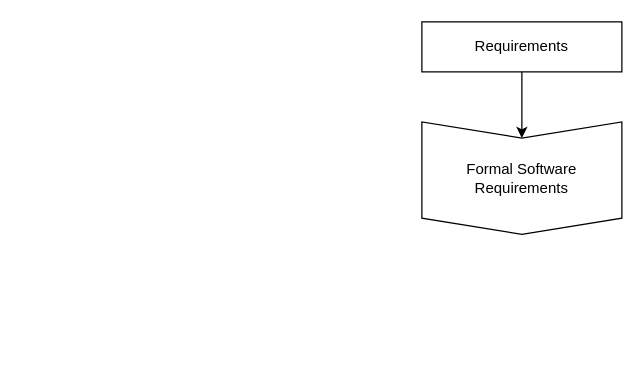
Above: MBSE/CAS/Drawio/mechatronicuml-development-method.drawio in robotics-intelligent-systems/jfxai4mhers (draw.io), before the change. Source tidied: cells renumbered, new cells numbered last; positions are measured from the earlier drawing's top-left corner, leaving out a move shared by most shapes. Both pictures are drawn from the tidied source at 125%, with x=0, y=0 at pixel (421, 21).
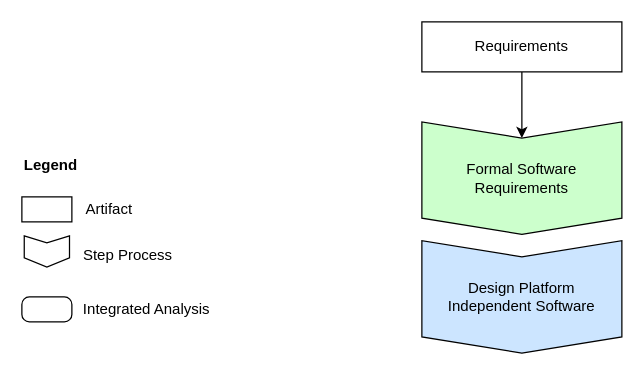
The same diagram, later.

Commit message:
[fix] Including diagram legend

Change to the diagram source:
```diff
@@
 <mxGraphModel>
   <root>
     <mxCell id="0" />
     <mxCell id="1" parent="0" />
     <mxCell id="2" value="Requirements" style="rounded=0;whiteSpace=wrap;html=1;" parent="1" vertex="1">
       <mxGeometry width="160" height="40" as="geometry" />
     </mxCell>
-    <mxCell id="3" style="html=1;shadow=0;dashed=0;align=center;verticalAlign=middle;shape=mxgraph.arrows2.arrow;dy=0;dx=13;notch=13;rotation=90;" parent="1" vertex="1">
+    <mxCell id="3" style="html=1;shadow=0;dashed=0;align=center;verticalAlign=middle;shape=mxgraph.arrows2.arrow;dy=0;dx=13;notch=13;rotation=90;fillColor=#CCFFCC;" parent="1" vertex="1">
       <mxGeometry x="35" y="45" width="90" height="160" as="geometry" />
     </mxCell>
     <mxCell id="4" value="Formal Software Requirements" style="text;html=1;align=center;verticalAlign=middle;whiteSpace=wrap;rounded=0;" parent="1" vertex="1">
       <mxGeometry x="27" y="110" width="106" height="30" as="geometry" />
     </mxCell>
     <mxCell id="5" style="edgeStyle=orthogonalEdgeStyle;rounded=0;orthogonalLoop=1;jettySize=auto;html=1;exitX=1;exitY=0.5;exitDx=0;exitDy=0;exitPerimeter=0;" parent="1" edge="1" source="3" target="3">
       <mxGeometry relative="1" as="geometry" />
     </mxCell>
     <mxCell id="6" style="edgeStyle=orthogonalEdgeStyle;rounded=0;jettySize=auto;html=1;exitX=0.5;exitY=1;exitDx=0;exitDy=0;entryX=0;entryY=0.5;entryDx=13;entryDy=0;entryPerimeter=0;" parent="1" edge="1" source="2" target="3">
       <mxGeometry relative="1" as="geometry" />
     </mxCell>
+    <mxCell id="7" style="html=1;shadow=0;dashed=0;align=center;verticalAlign=middle;shape=mxgraph.arrows2.arrow;dy=0;dx=13;notch=13;rotation=90;fillColor=#CCE5FF;" parent="1" vertex="1">
+      <mxGeometry x="35" y="140" width="90" height="160" as="geometry" />
+    </mxCell>
+    <mxCell id="8" value="Design Platform Independent Software" style="text;html=1;align=center;verticalAlign=middle;whiteSpace=wrap;rounded=0;" parent="1" vertex="1">
+      <mxGeometry x="10" y="205" width="140" height="30" as="geometry" />
+    </mxCell>
+    <mxCell id="9" value="&lt;h1 style=&quot;margin-top: 0px;&quot;&gt;&lt;font style=&quot;font-size: 12px;&quot;&gt;Legend&lt;/font&gt;&lt;/h1&gt;" style="text;html=1;whiteSpace=wrap;overflow=hidden;rounded=0;" parent="1" vertex="1">
+      <mxGeometry x="-320" y="90" width="180" height="120" as="geometry" />
+    </mxCell>
+    <mxCell id="10" style="rounded=0;whiteSpace=wrap;html=1;" parent="1" vertex="1">
+      <mxGeometry x="-320" y="140" width="40" height="20" as="geometry" />
+    </mxCell>
+    <mxCell id="11" value="Artifact" style="text;html=1;align=center;verticalAlign=middle;whiteSpace=wrap;rounded=0;" parent="1" vertex="1">
+      <mxGeometry x="-280" y="135" width="60" height="30" as="geometry" />
+    </mxCell>
+    <mxCell id="12" style="html=1;shadow=0;dashed=0;align=center;verticalAlign=middle;shape=mxgraph.arrows2.arrow;dy=0;dx=7.5;notch=5.5;rotation=90;fillColor=#FFFFFF;" parent="1" vertex="1">
+      <mxGeometry x="-312.5" y="165.6" width="25" height="36.2" as="geometry" />
+    </mxCell>
+    <mxCell id="13" value="Step Process" style="text;html=1;align=center;verticalAlign=middle;whiteSpace=wrap;rounded=0;" parent="1" vertex="1">
+      <mxGeometry x="-280" y="171.9" width="90" height="30" as="geometry" />
+    </mxCell>
+    <mxCell id="14" style="rounded=1;whiteSpace=wrap;html=1;arcSize=30;" parent="1" vertex="1">
+      <mxGeometry x="-320" y="220" width="40" height="20" as="geometry" />
+    </mxCell>
+    <mxCell id="15" value="Integrated Analysis" style="text;html=1;align=center;verticalAlign=middle;whiteSpace=wrap;rounded=0;" parent="1" vertex="1">
+      <mxGeometry x="-280" y="215" width="120" height="30" as="geometry" />
+    </mxCell>
   </root>
 </mxGraphModel>
```
